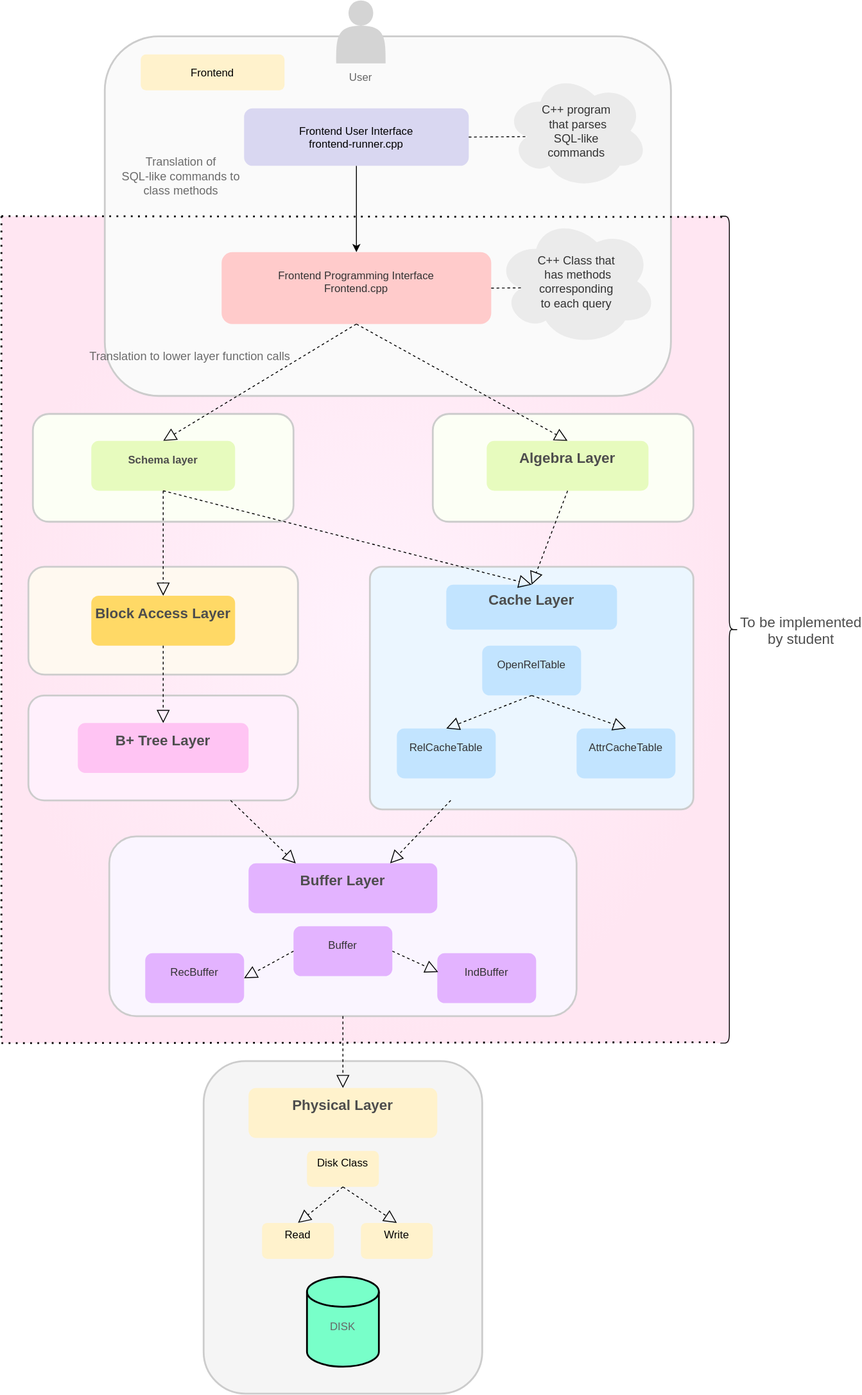
The draw.io diagram static/img/Architecture.svg in NITCbase/nitcbase.github.io, before a commit. Source tidied: cells renumbered, new cells last; positions are measured from the earlier drawing's top-left corner, leaving out a move shared by most shapes.
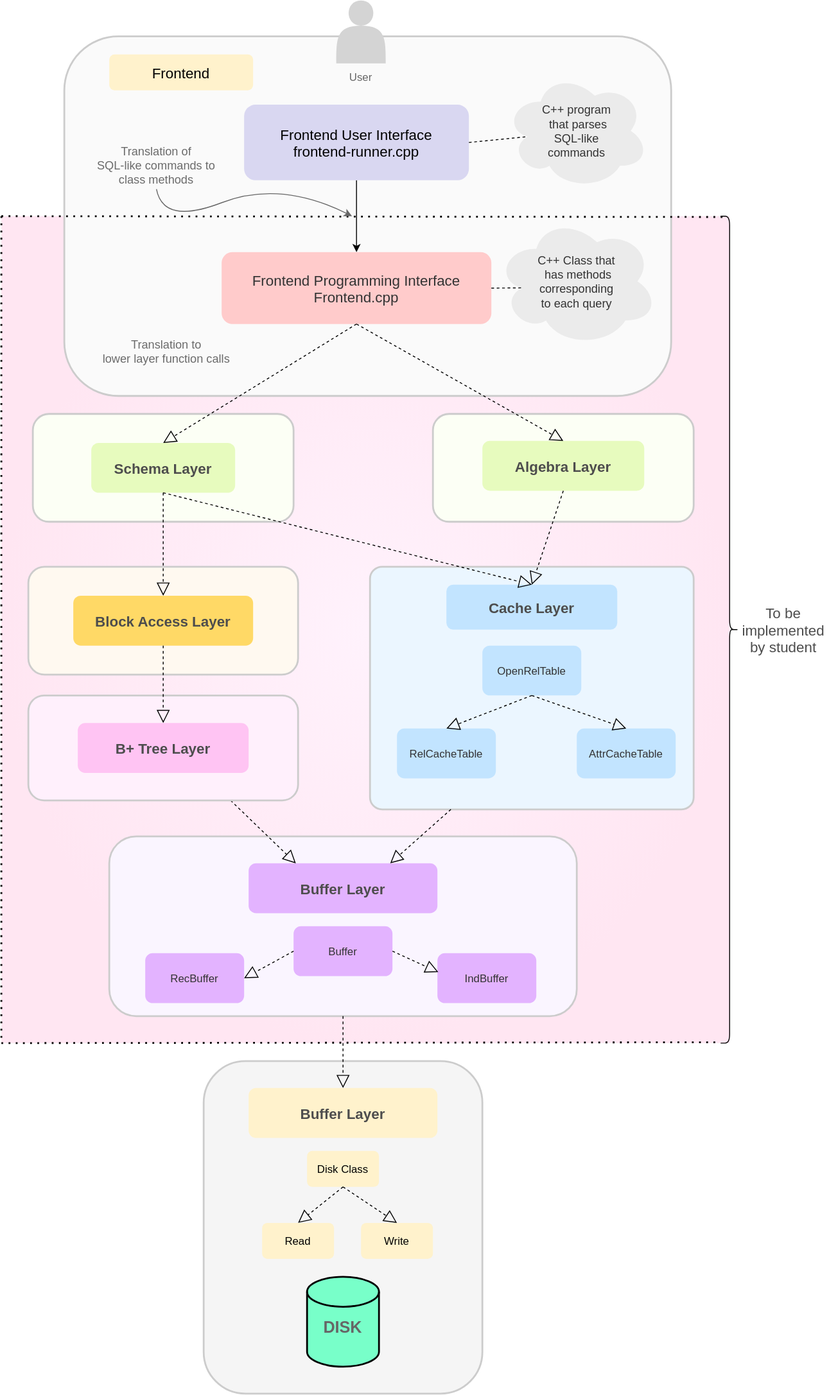
After the commit.

What changed in the source:
```diff
@@ -8,8 +8,5 @@
     <mxCell id="3" style="rounded=1;fillColor=#FAFAFA;strokeColor=#CCCCCC;glass=0;fontColor=#333333;strokeWidth=2;" parent="1" vertex="1">
-      <mxGeometry x="115" y="40" width="630" height="400" as="geometry" />
+      <mxGeometry x="70" y="40" width="675" height="400" as="geometry" />
     </mxCell>
-    <mxCell id="4" style="rounded=1;fillColor=#FCFFF5;strokeColor=#CCCCCC;glass=0;strokeWidth=2;" parent="1" vertex="1">
-      <mxGeometry x="35" y="460" width="290" height="120" as="geometry" />
-    </mxCell>
-    <mxCell id="5" value="Frontend Programming Interface&#10;Frontend.cpp&#10;" style="rounded=1;fillColor=#FFCBCB;fontColor=#333333;strokeColor=none;" parent="1" vertex="1">
+    <mxCell id="5" value="Frontend Programming Interface&#10;Frontend.cpp" style="rounded=1;fillColor=#FFCBCB;fontColor=#333333;strokeColor=none;fontSize=16;" parent="1" vertex="1">
       <mxGeometry x="245" y="280" width="300" height="80" as="geometry" />
@@ -19,4 +16,4 @@
     </mxCell>
-    <mxCell id="7" value="Frontend User Interface&#10;frontend-runner.cpp" style="rounded=1;fillColor=#D9D7F1;strokeColor=none;gradientColor=none;gradientDirection=radial;" parent="1" vertex="1">
-      <mxGeometry x="270" y="120" width="250" height="64" as="geometry" />
+    <mxCell id="7" value="Frontend User Interface&#10;frontend-runner.cpp" style="rounded=1;fillColor=#D9D7F1;strokeColor=none;gradientColor=none;gradientDirection=radial;fontSize=16;" parent="1" vertex="1">
+      <mxGeometry x="270" y="116" width="250" height="84" as="geometry" />
     </mxCell>
@@ -35,22 +32,7 @@
     <mxCell id="12" value="Translation of &#10;SQL-like commands to&#10;class methods" style="text;strokeColor=none;fillColor=none;align=center;verticalAlign=middle;rounded=0;fontSize=13;fontColor=#6B6B6B;" parent="1" vertex="1">
-      <mxGeometry x="120" y="180" width="160" height="30" as="geometry" />
+      <mxGeometry x="97.5" y="156" width="150" height="54" as="geometry" />
     </mxCell>
-    <mxCell id="13" style="endArrow=block;dashed=1;endFill=0;endSize=12;rounded=0;fontSize=13;fontColor=#6B6B6B;exitX=0.5;exitY=1;exitDx=0;exitDy=0;entryX=0.5;entryY=0;entryDx=0;entryDy=0;" parent="1" edge="1" source="5" target="15">
-      <mxGeometry relative="1" as="geometry" />
-    </mxCell>
-    <mxCell id="14" value="Translation to lower layer function calls" style="text;strokeColor=none;fillColor=none;align=center;verticalAlign=middle;rounded=0;fontSize=13;fontColor=#6B6B6B;" parent="1" vertex="1">
-      <mxGeometry x="155" y="380" width="110" height="30" as="geometry" />
+    <mxCell id="14" value="Translation to &#10;lower layer function calls" style="text;strokeColor=none;fillColor=none;align=center;verticalAlign=middle;rounded=0;fontSize=13;fontColor=#6B6B6B;" parent="1" vertex="1">
+      <mxGeometry x="97.5" y="370" width="172.5" height="40" as="geometry" />
     </mxCell>
-    <mxCell id="15" value="Schema layer&#10;" style="rounded=1;fillColor=#E7FBBE;fontColor=#4D4D4D;strokeColor=none;fontStyle=1;" parent="1" vertex="1">
-      <mxGeometry x="100" y="490" width="160" height="55.5" as="geometry" />
-    </mxCell>
-    <mxCell id="16" style="rounded=1;fillColor=#FCFFF5;strokeColor=#CCCCCC;glass=0;strokeWidth=2;" parent="1" vertex="1">
-      <mxGeometry x="480" y="460" width="290" height="120" as="geometry" />
-    </mxCell>
-    <mxCell id="17" style="endArrow=block;dashed=1;endFill=0;endSize=12;rounded=0;fontSize=13;fontColor=#6B6B6B;exitX=0.5;exitY=1;exitDx=0;exitDy=0;entryX=0.5;entryY=0;entryDx=0;entryDy=0;" parent="1" edge="1" source="5" target="18">
-      <mxGeometry relative="1" as="geometry" />
-    </mxCell>
-    <mxCell id="18" value="Algebra Layer&#10;" style="rounded=1;fillColor=#E7FBBE;fontColor=#4D4D4D;strokeColor=none;fontStyle=1;fontSize=16;" parent="1" vertex="1">
-      <mxGeometry x="540" y="490" width="180" height="55.5" as="geometry" />
-    </mxCell>
     <mxCell id="19" style="rounded=1;fillColor=#FFF9F0;strokeColor=#CCCCCC;glass=0;strokeWidth=2;" parent="1" vertex="1">
@@ -58,5 +40,2 @@
     </mxCell>
-    <mxCell id="20" value="Block Access Layer&#10;" style="rounded=1;fillColor=#FFD966;fontColor=#4D4D4D;strokeColor=none;fontStyle=1;fontSize=16;" parent="1" vertex="1">
-      <mxGeometry x="100" y="662.2" width="160" height="55.5" as="geometry" />
-    </mxCell>
     <mxCell id="21" style="rounded=1;fillColor=#EBF6FF;strokeColor=#CCCCCC;glass=0;arcSize=5;strokeWidth=2;" parent="1" vertex="1">
@@ -64,23 +43,14 @@
     </mxCell>
-    <mxCell id="22" value="Cache Layer&#10;" style="rounded=1;fillColor=#C2E4FF;fontColor=#4D4D4D;strokeColor=none;fontStyle=1;fontSize=16;" parent="1" vertex="1">
+    <mxCell id="22" value="Cache Layer" style="rounded=1;fillColor=#C2E4FF;fontColor=#4D4D4D;strokeColor=none;fontStyle=1;fontSize=16;" parent="1" vertex="1">
       <mxGeometry x="495" y="650" width="190" height="50" as="geometry" />
     </mxCell>
-    <mxCell id="23" value="OpenRelTable&#10;" style="rounded=1;fillColor=#C2E4FF;fontColor=#333333;strokeColor=none;" parent="1" vertex="1">
+    <mxCell id="23" value="OpenRelTable" style="rounded=1;fillColor=#C2E4FF;fontColor=#333333;strokeColor=none;" parent="1" vertex="1">
       <mxGeometry x="535" y="717.8" width="110" height="55.5" as="geometry" />
     </mxCell>
-    <mxCell id="24" value="RelCacheTable&#10;" style="rounded=1;fillColor=#C2E4FF;fontColor=#333333;strokeColor=none;" parent="1" vertex="1">
+    <mxCell id="24" value="RelCacheTable" style="rounded=1;fillColor=#C2E4FF;fontColor=#333333;strokeColor=none;" parent="1" vertex="1">
       <mxGeometry x="440" y="810" width="110" height="55.5" as="geometry" />
     </mxCell>
-    <mxCell id="25" value="AttrCacheTable&#10;" style="rounded=1;fillColor=#C2E4FF;fontColor=#333333;strokeColor=none;" parent="1" vertex="1">
+    <mxCell id="25" value="AttrCacheTable" style="rounded=1;fillColor=#C2E4FF;fontColor=#333333;strokeColor=none;" parent="1" vertex="1">
       <mxGeometry x="640" y="810" width="110" height="55.5" as="geometry" />
     </mxCell>
-    <mxCell id="26" style="endArrow=block;dashed=1;endFill=0;endSize=12;rounded=0;fontSize=13;fontColor=#6B6B6B;exitX=0.5;exitY=1;exitDx=0;exitDy=0;entryX=0.5;entryY=0;entryDx=0;entryDy=0;" parent="1" edge="1" source="15" target="20">
-      <mxGeometry relative="1" as="geometry" />
-    </mxCell>
-    <mxCell id="27" style="endArrow=block;dashed=1;endFill=0;endSize=12;rounded=0;fontSize=13;fontColor=#6B6B6B;exitX=0.5;exitY=1;exitDx=0;exitDy=0;entryX=0.5;entryY=0;entryDx=0;entryDy=0;" parent="1" edge="1" source="15" target="22">
-      <mxGeometry relative="1" as="geometry" />
-    </mxCell>
-    <mxCell id="28" style="endArrow=block;dashed=1;endFill=0;endSize=12;rounded=0;fontSize=13;fontColor=#6B6B6B;exitX=0.5;exitY=1;exitDx=0;exitDy=0;entryX=0.5;entryY=0;entryDx=0;entryDy=0;" parent="1" edge="1" source="18" target="22">
-      <mxGeometry relative="1" as="geometry" />
-    </mxCell>
     <mxCell id="29" style="endArrow=block;dashed=1;endFill=0;endSize=12;rounded=0;fontSize=13;fontColor=#6B6B6B;exitX=0.5;exitY=1;exitDx=0;exitDy=0;entryX=0.5;entryY=0;entryDx=0;entryDy=0;" parent="1" edge="1" source="23" target="24">
@@ -91,11 +61,2 @@
     </mxCell>
-    <mxCell id="31" style="rounded=1;fillColor=#FFF0FC;strokeColor=#CCCCCC;glass=0;strokeWidth=2;" parent="1" vertex="1">
-      <mxGeometry x="30" y="773.2" width="300" height="116.8" as="geometry" />
-    </mxCell>
-    <mxCell id="32" value="B+ Tree Layer&#10;" style="rounded=1;fillColor=#FFC4F3;fontColor=#4D4D4D;strokeColor=none;fontStyle=1;fontSize=16;" parent="1" vertex="1">
-      <mxGeometry x="85" y="803.9" width="190" height="55.5" as="geometry" />
-    </mxCell>
-    <mxCell id="33" style="endArrow=block;dashed=1;endFill=0;endSize=12;rounded=0;fontSize=13;fontColor=#6B6B6B;exitX=0.5;exitY=1;exitDx=0;exitDy=0;entryX=0.5;entryY=0;entryDx=0;entryDy=0;" parent="1" edge="1" source="20" target="32">
-      <mxGeometry relative="1" as="geometry" />
-    </mxCell>
     <mxCell id="34" style="rounded=1;fillColor=#FAF5FF;strokeColor=#CCCCCC;glass=0;strokeWidth=2;" parent="1" vertex="1">
@@ -103,12 +64,12 @@
     </mxCell>
-    <mxCell id="35" value="Buffer Layer&#10;" style="rounded=1;fillColor=#E3B3FF;fontColor=#4D4D4D;strokeColor=none;fontStyle=1;fontSize=16;" parent="1" vertex="1">
+    <mxCell id="35" value="Buffer Layer" style="rounded=1;fillColor=#E3B3FF;fontColor=#4D4D4D;strokeColor=none;fontStyle=1;fontSize=16;" parent="1" vertex="1">
       <mxGeometry x="275" y="960" width="210" height="55.5" as="geometry" />
     </mxCell>
-    <mxCell id="36" value="RecBuffer&#10;" style="rounded=1;fillColor=#E3B3FF;fontColor=#333333;strokeColor=none;" parent="1" vertex="1">
+    <mxCell id="36" value="RecBuffer" style="rounded=1;fillColor=#E3B3FF;fontColor=#333333;strokeColor=none;" parent="1" vertex="1">
       <mxGeometry x="160" y="1060" width="110" height="55.5" as="geometry" />
     </mxCell>
-    <mxCell id="37" value="IndBuffer&#10;" style="rounded=1;fillColor=#E3B3FF;fontColor=#333333;strokeColor=none;" parent="1" vertex="1">
+    <mxCell id="37" value="IndBuffer" style="rounded=1;fillColor=#E3B3FF;fontColor=#333333;strokeColor=none;" parent="1" vertex="1">
       <mxGeometry x="485" y="1060" width="110" height="55.5" as="geometry" />
     </mxCell>
-    <mxCell id="38" value="Buffer&#10;" style="rounded=1;fillColor=#E3B3FF;fontColor=#333333;strokeColor=none;" parent="1" vertex="1">
+    <mxCell id="38" value="Buffer" style="rounded=1;fillColor=#E3B3FF;fontColor=#333333;strokeColor=none;" parent="1" vertex="1">
       <mxGeometry x="325" y="1030" width="110" height="55.5" as="geometry" />
@@ -124,12 +85,12 @@
     </mxCell>
-    <mxCell id="42" value="Physical Layer&#10;" style="rounded=1;fillColor=#fff2cc;strokeColor=none;fontColor=#4D4D4D;fontStyle=1;fontSize=16;" parent="1" vertex="1">
+    <mxCell id="42" value="Buffer Layer" style="rounded=1;fillColor=#fff2cc;strokeColor=none;fontColor=#4D4D4D;fontStyle=1;fontSize=16;" parent="1" vertex="1">
       <mxGeometry x="275" y="1210" width="210" height="55.5" as="geometry" />
     </mxCell>
-    <mxCell id="43" value="Read&#10;" style="rounded=1;fillColor=#fff2cc;strokeColor=none;" parent="1" vertex="1">
+    <mxCell id="43" value="Read" style="rounded=1;fillColor=#fff2cc;strokeColor=none;" parent="1" vertex="1">
       <mxGeometry x="290" y="1360" width="80" height="40" as="geometry" />
     </mxCell>
-    <mxCell id="44" value="Write&#10;" style="rounded=1;fillColor=#fff2cc;strokeColor=none;" parent="1" vertex="1">
+    <mxCell id="44" value="Write" style="rounded=1;fillColor=#fff2cc;strokeColor=none;" parent="1" vertex="1">
       <mxGeometry x="400" y="1360" width="80" height="40" as="geometry" />
     </mxCell>
-    <mxCell id="45" value="Disk Class&#10;" style="rounded=1;fillColor=#fff2cc;strokeColor=none;" parent="1" vertex="1">
+    <mxCell id="45" value="Disk Class" style="rounded=1;fillColor=#fff2cc;strokeColor=none;" parent="1" vertex="1">
       <mxGeometry x="340" y="1280" width="80" height="40" as="geometry" />
@@ -145,6 +106,4 @@
     </mxCell>
-    <mxCell id="49" style="endArrow=block;dashed=1;endFill=0;endSize=12;rounded=0;fontSize=13;fontColor=#6B6B6B;exitX=0.25;exitY=1;exitDx=0;exitDy=0;entryX=0.75;entryY=0;entryDx=0;entryDy=0;" parent="1" edge="1" target="35">
-      <mxGeometry relative="1" as="geometry">
-        <mxPoint x="500" y="890" as="sourcePoint" />
-      </mxGeometry>
+    <mxCell id="49" style="endArrow=block;dashed=1;endFill=0;endSize=12;rounded=0;fontSize=13;fontColor=#6B6B6B;exitX=0.25;exitY=1;exitDx=0;exitDy=0;entryX=0.75;entryY=0;entryDx=0;entryDy=0;" parent="1" edge="1" source="21" target="35">
+      <mxGeometry relative="1" as="geometry" />
     </mxCell>
@@ -168,3 +127,3 @@
     </mxCell>
-    <mxCell id="56" value="DISK" style="text;strokeColor=none;fillColor=none;align=center;verticalAlign=middle;rounded=0;fontColor=#666666;" parent="54" vertex="1">
+    <mxCell id="56" value="DISK" style="text;strokeColor=none;fillColor=none;align=center;verticalAlign=middle;rounded=0;fontColor=#666666;fontSize=18;fontStyle=1;" parent="54" vertex="1">
       <mxGeometry x="10" y="40" width="60" height="30" as="geometry" />
@@ -185,8 +144,74 @@
     </mxCell>
-    <mxCell id="61" value="Frontend" style="rounded=1;fillColor=#fff2cc;strokeColor=none;gradientDirection=radial;" parent="1" vertex="1">
-      <mxGeometry x="155" y="60" width="160" height="40" as="geometry" />
+    <mxCell id="61" value="Frontend" style="rounded=1;fillColor=#fff2cc;strokeColor=none;gradientDirection=radial;fontSize=16;" parent="1" vertex="1">
+      <mxGeometry x="120" y="60" width="160" height="40" as="geometry" />
     </mxCell>
-    <mxCell id="62" value="To be implemented&#10;by student" style="text;strokeColor=none;fillColor=none;align=center;verticalAlign=middle;rounded=0;shadow=0;glass=0;sketch=0;fontFamily=Helvetica;fontSize=16;fontColor=#4D4D4D;opacity=40;" parent="1" vertex="1">
-      <mxGeometry x="860" y="685" width="60" height="30" as="geometry" />
+    <mxCell id="62" value="To be &#10;implemented&#10;by student" style="text;strokeColor=none;fillColor=none;align=center;verticalAlign=middle;rounded=0;shadow=0;glass=0;sketch=0;fontFamily=Helvetica;fontSize=16;fontColor=#4D4D4D;opacity=40;" parent="1" vertex="1">
+      <mxGeometry x="820" y="666.4" width="100" height="67.2" as="geometry" />
     </mxCell>
+    <mxCell id="63" style="curved=1;endArrow=classic;html=1;rounded=0;fontFamily=Helvetica;fontSize=18;exitX=0.5;exitY=1;exitDx=0;exitDy=0;strokeColor=#666666;" parent="1" edge="1" source="12">
+      <mxGeometry relative="1" as="geometry">
+        <mxPoint x="390" y="240" as="targetPoint" />
+        <Array as="points">
+          <mxPoint x="180" y="250" />
+          <mxPoint x="310" y="200" />
+        </Array>
+      </mxGeometry>
+    </mxCell>
+    <mxCell id="64" style="group;" parent="1" vertex="1">
+      <mxGeometry x="35" y="460" width="290" height="120" as="geometry" />
+    </mxCell>
+    <mxCell id="4" style="rounded=1;fillColor=#FCFFF5;strokeColor=#CCCCCC;glass=0;strokeWidth=2;" parent="64" vertex="1">
+      <mxGeometry width="290" height="120" as="geometry" />
+    </mxCell>
+    <mxCell id="65" style="group;" parent="64" vertex="1">
+      <mxGeometry x="65" y="32.2" width="160" height="55.5" as="geometry" />
+    </mxCell>
+    <mxCell id="15" value="Schema Layer" style="rounded=1;fillColor=#E7FBBE;fontColor=#4D4D4D;strokeColor=none;fontStyle=1;fontSize=16;" parent="65" vertex="1">
+      <mxGeometry width="160" height="55.5" as="geometry" />
+    </mxCell>
+    <mxCell id="66" style="group;" parent="1" vertex="1">
+      <mxGeometry x="480" y="460" width="290" height="120" as="geometry" />
+    </mxCell>
+    <mxCell id="16" style="rounded=1;fillColor=#FCFFF5;strokeColor=#CCCCCC;glass=0;strokeWidth=2;" parent="66" vertex="1">
+      <mxGeometry width="290" height="120" as="geometry" />
+    </mxCell>
+    <mxCell id="67" style="group;" parent="66" vertex="1">
+      <mxGeometry x="55" y="30" width="180" height="55.5" as="geometry" />
+    </mxCell>
+    <mxCell id="18" value="Algebra Layer" style="rounded=1;fillColor=#E7FBBE;fontColor=#4D4D4D;strokeColor=none;fontStyle=1;fontSize=16;" parent="67" vertex="1">
+      <mxGeometry width="180" height="55.5" as="geometry" />
+    </mxCell>
+    <mxCell id="68" style="group;" parent="1" vertex="1">
+      <mxGeometry x="80" y="662.2" width="200" height="55.5" as="geometry" />
+    </mxCell>
+    <mxCell id="20" value="Block Access Layer" style="rounded=1;fillColor=#FFD966;fontColor=#4D4D4D;strokeColor=none;fontStyle=1;fontSize=16;" parent="68" vertex="1">
+      <mxGeometry width="200" height="55.5" as="geometry" />
+    </mxCell>
+    <mxCell id="69" style="group;" parent="1" vertex="1">
+      <mxGeometry x="30" y="773.2" width="300" height="116.8" as="geometry" />
+    </mxCell>
+    <mxCell id="31" style="rounded=1;fillColor=#FFF0FC;strokeColor=#CCCCCC;glass=0;strokeWidth=2;" parent="69" vertex="1">
+      <mxGeometry width="300" height="116.8" as="geometry" />
+    </mxCell>
+    <mxCell id="32" value="B+ Tree Layer" style="rounded=1;fillColor=#FFC4F3;fontColor=#4D4D4D;strokeColor=none;fontStyle=1;fontSize=16;" parent="69" vertex="1">
+      <mxGeometry x="55" y="30.6" width="190" height="55.5" as="geometry" />
+    </mxCell>
+    <mxCell id="13" style="endArrow=block;dashed=1;endFill=0;endSize=12;rounded=0;fontSize=13;fontColor=#6B6B6B;exitX=0.5;exitY=1;exitDx=0;exitDy=0;entryX=0.5;entryY=0;entryDx=0;entryDy=0;" parent="1" edge="1" source="5" target="15">
+      <mxGeometry relative="1" as="geometry" />
+    </mxCell>
+    <mxCell id="17" style="endArrow=block;dashed=1;endFill=0;endSize=12;rounded=0;fontSize=13;fontColor=#6B6B6B;exitX=0.5;exitY=1;exitDx=0;exitDy=0;entryX=0.5;entryY=0;entryDx=0;entryDy=0;" parent="1" edge="1" source="5" target="18">
+      <mxGeometry relative="1" as="geometry" />
+    </mxCell>
+    <mxCell id="28" style="endArrow=block;dashed=1;endFill=0;endSize=12;rounded=0;fontSize=13;fontColor=#6B6B6B;exitX=0.5;exitY=1;exitDx=0;exitDy=0;entryX=0.5;entryY=0;entryDx=0;entryDy=0;" parent="1" edge="1" source="18" target="22">
+      <mxGeometry relative="1" as="geometry" />
+    </mxCell>
+    <mxCell id="26" style="endArrow=block;dashed=1;endFill=0;endSize=12;rounded=0;fontSize=13;fontColor=#6B6B6B;exitX=0.5;exitY=1;exitDx=0;exitDy=0;entryX=0.5;entryY=0;entryDx=0;entryDy=0;" parent="1" edge="1" source="15" target="20">
+      <mxGeometry relative="1" as="geometry" />
+    </mxCell>
+    <mxCell id="27" style="endArrow=block;dashed=1;endFill=0;endSize=12;rounded=0;fontSize=13;fontColor=#6B6B6B;exitX=0.5;exitY=1;exitDx=0;exitDy=0;entryX=0.5;entryY=0;entryDx=0;entryDy=0;" parent="1" edge="1" source="15" target="22">
+      <mxGeometry relative="1" as="geometry" />
+    </mxCell>
+    <mxCell id="33" style="endArrow=block;dashed=1;endFill=0;endSize=12;rounded=0;fontSize=13;fontColor=#6B6B6B;exitX=0.5;exitY=1;exitDx=0;exitDy=0;entryX=0.5;entryY=0;entryDx=0;entryDy=0;" parent="1" edge="1" source="20" target="32">
+      <mxGeometry relative="1" as="geometry" />
+    </mxCell>
   </root>
```
